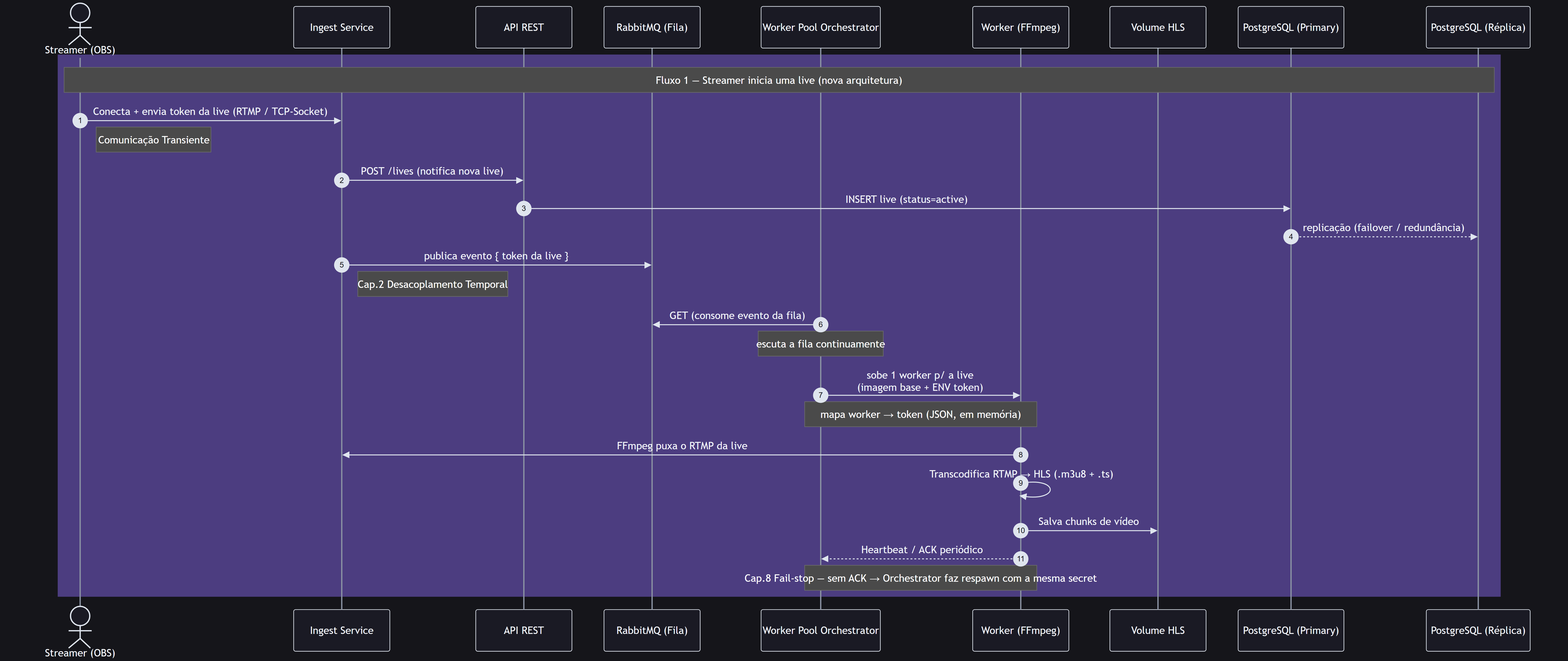
Before: docs/architecture/flow1.png, a diagram exported from Mermaid (clioon/distributed-live-streaming). Its source is kept beside it as docs/architecture/flow1.mmd. Source of this version:
```mermaid
sequenceDiagram
    autonumber
    actor S as Streamer (OBS)
    participant IG as Ingest Service
    participant API as API REST
    participant MQ as RabbitMQ (Fila)
    participant ORC as Worker Pool Orchestrator
    participant W as Worker (FFmpeg)
    participant HLS as Volume HLS
    participant PG as PostgreSQL (Primary)
    participant PGR as PostgreSQL (Réplica)

    rect rgb(76, 61, 128)
    Note over S,PGR: Fluxo 1 — Streamer inicia uma live (nova arquitetura)

    S->>IG: Conecta + envia token da live (RTMP / TCP-Socket)
    Note right of S: Comunicação Transiente

    IG->>API: POST /lives (notifica nova live)
    API->>PG: INSERT live (status=active)
    PG-->>PGR: replicação (failover / redundância)

    IG->>MQ: publica evento { token da live }
    Note right of IG: Cap.2 Desacoplamento Temporal

    ORC->>MQ: GET (consome evento da fila)
    Note over ORC: escuta a fila continuamente

    ORC->>W: sobe 1 worker p/ a live<br/>(imagem base + ENV token)
    Note over ORC,W: mapa worker → token (JSON, em memória)

    W->>IG: FFmpeg puxa o RTMP da live
    W->>W: Transcodifica RTMP → HLS (.m3u8 + .ts)
    W->>HLS: Salva chunks de vídeo

    W-->>ORC: Heartbeat / ACK periódico
    Note over ORC,W: Cap.8 Fail-stop — sem ACK → Orchestrator faz respawn com a mesma secret
    end
```
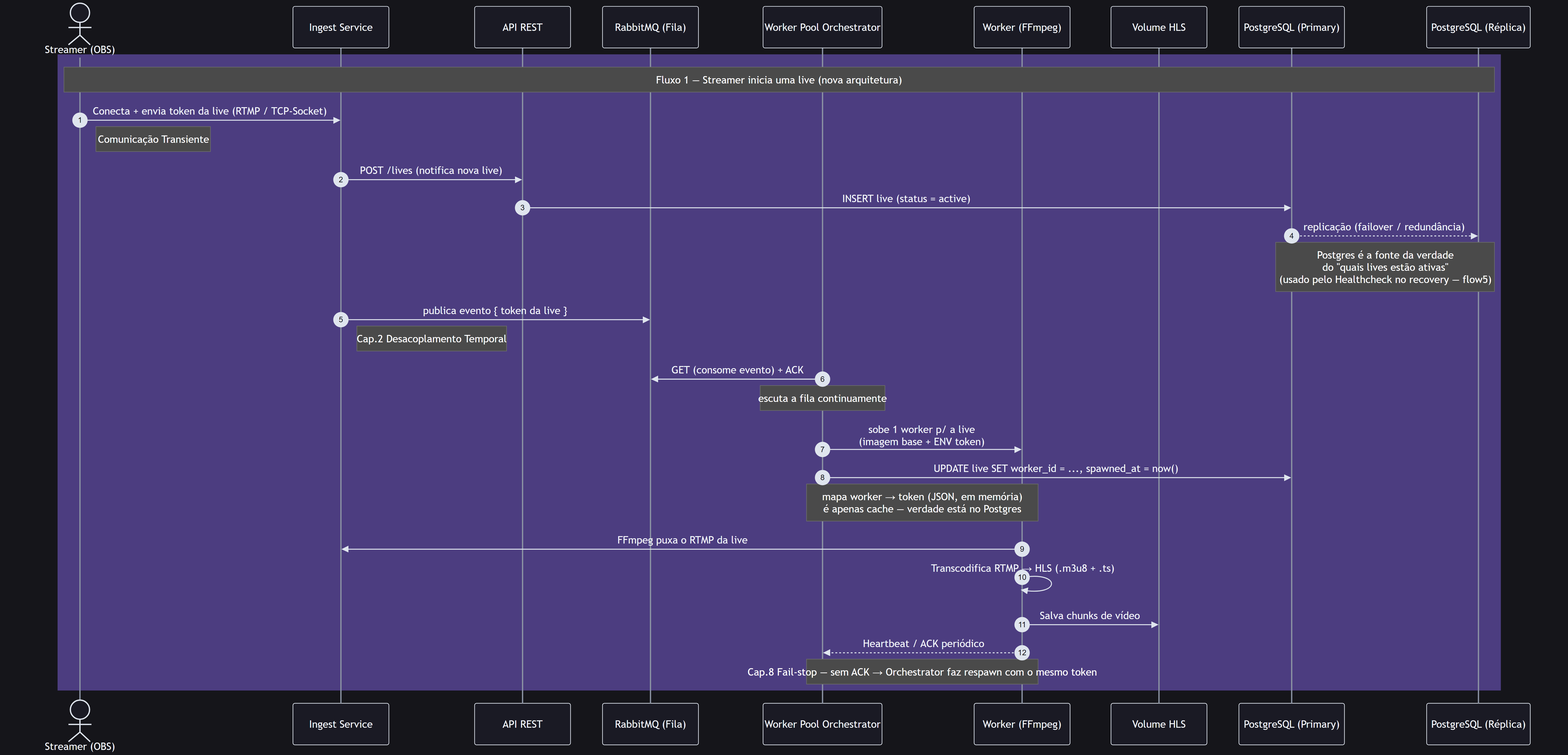
Later version of the same file.

The edit, as a diff of the source:
```diff
@@ -17,22 +17,24 @@
     Note right of S: Comunicação Transiente
 
     IG->>API: POST /lives (notifica nova live)
-    API->>PG: INSERT live (status=active)
+    API->>PG: INSERT live (status = active)
     PG-->>PGR: replicação (failover / redundância)
+    Note over PG,PGR: Postgres é a fonte da verdade<br/>do "quais lives estão ativas"<br/>(usado pelo Healthcheck no recovery — flow5)
 
     IG->>MQ: publica evento { token da live }
     Note right of IG: Cap.2 Desacoplamento Temporal
 
-    ORC->>MQ: GET (consome evento da fila)
+    ORC->>MQ: GET (consome evento) + ACK
     Note over ORC: escuta a fila continuamente
 
     ORC->>W: sobe 1 worker p/ a live<br/>(imagem base + ENV token)
-    Note over ORC,W: mapa worker → token (JSON, em memória)
+    ORC->>PG: UPDATE live SET worker_id = ..., spawned_at = now()
+    Note over ORC,W: mapa worker → token (JSON, em memória)<br/>é apenas cache — verdade está no Postgres
 
     W->>IG: FFmpeg puxa o RTMP da live
     W->>W: Transcodifica RTMP → HLS (.m3u8 + .ts)
     W->>HLS: Salva chunks de vídeo
 
     W-->>ORC: Heartbeat / ACK periódico
-    Note over ORC,W: Cap.8 Fail-stop — sem ACK → Orchestrator faz respawn com a mesma secret
+    Note over ORC,W: Cap.8 Fail-stop — sem ACK → Orchestrator faz respawn com o mesmo token
     end
```
